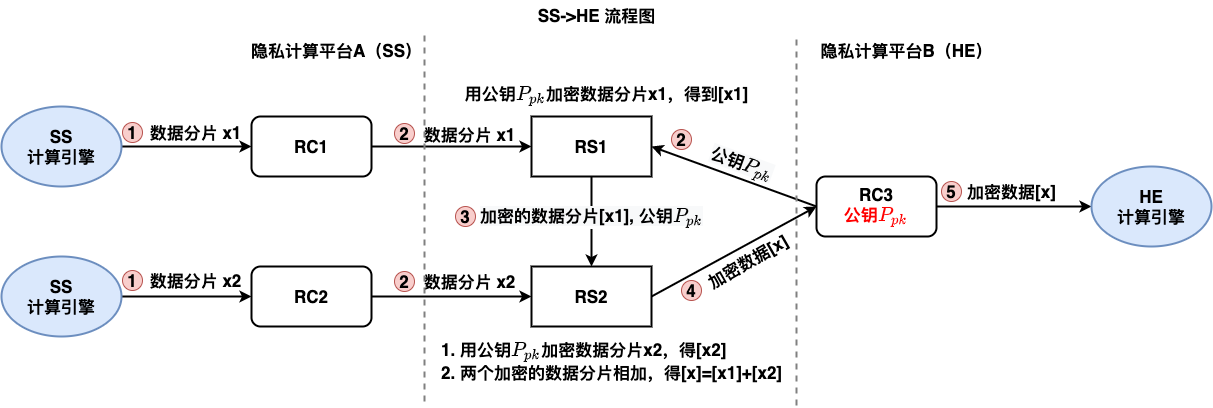
secretflow/secretflow keeps this draw.io diagram as secretflow/ml/linear/interconnection/img/互联互通-SS2HE.png. Above is the earlier version. Source tidied: cells renumbered, new cells last; positions are measured from the earlier drawing's top-left corner, leaving out a move shared by most shapes.
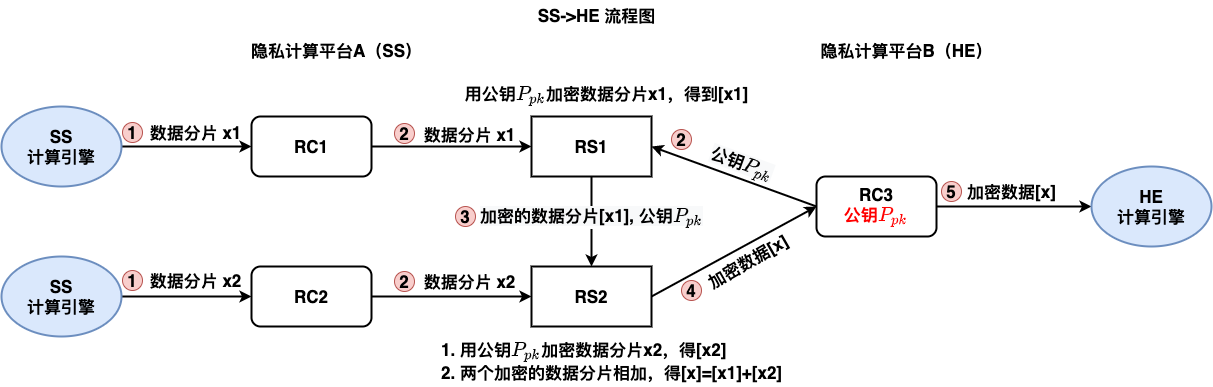
After the change.

What changed in the source:
```diff
@@ -115,17 +115,5 @@
     <mxCell id="38" value="5" style="ellipse;whiteSpace=wrap;html=1;fontSize=17;fontStyle=1;fillColor=#f8cecc;strokeColor=#b85450;" parent="1" vertex="1">
       <mxGeometry x="940" y="181" width="20" height="20" as="geometry" />
     </mxCell>
-    <mxCell id="39" style="endArrow=none;dashed=1;html=1;fontSize=17;strokeWidth=2;strokeColor=#808080;" parent="1" edge="1">
-      <mxGeometry relative="1" as="geometry">
-        <mxPoint x="423" y="401" as="sourcePoint" />
-        <mxPoint x="423" y="31" as="targetPoint" />
-      </mxGeometry>
-    </mxCell>
-    <mxCell id="40" style="endArrow=none;dashed=1;html=1;fontSize=17;strokeWidth=2;strokeColor=#808080;" parent="1" edge="1">
-      <mxGeometry relative="1" as="geometry">
-        <mxPoint x="795" y="405" as="sourcePoint" />
-        <mxPoint x="795" y="35" as="targetPoint" />
-      </mxGeometry>
-    </mxCell>
   </root>
 </mxGraphModel>
```
